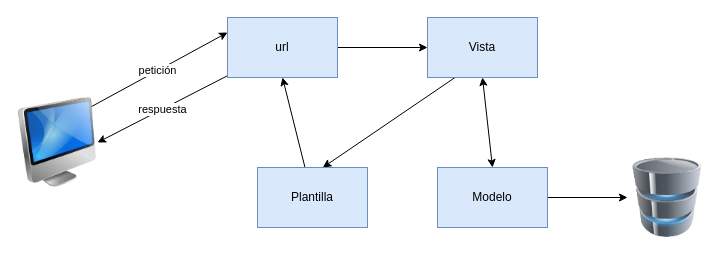
This is Untitled Diagram.drawio from Roger281/SistExpSiembra2020final, a draw.io file, before an edit. Source tidied: cells renumbered, new cells numbered last; positions are measured from the earlier drawing's top-left corner, leaving out a move shared by most shapes. Both pictures are drawn from the tidied source at 100%, with x=0, y=0 at pixel (17, 17).
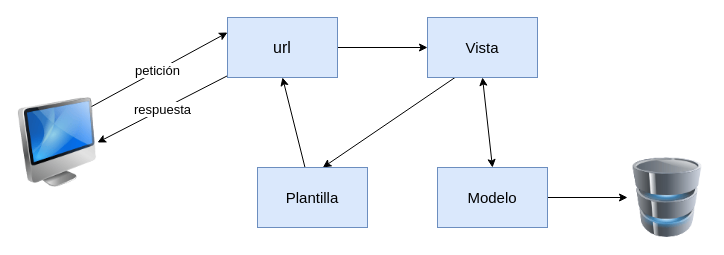
The same page after the edit.

What changed in the source:
```diff
@@
 <mxGraphModel>
   <root>
     <mxCell id="0" />
     <mxCell id="1" parent="0" />
-    <mxCell id="2" value="petición" style="rounded=0;jettySize=auto;html=1;exitX=0.875;exitY=0.125;exitDx=0;exitDy=0;entryX=0;entryY=0.25;entryDx=0;entryDy=0;exitPerimeter=0;" parent="1" edge="1" source="3" target="7">
+    <mxCell id="2" value="petición" style="rounded=0;jettySize=auto;html=1;exitX=0.875;exitY=0.125;exitDx=0;exitDy=0;entryX=0;entryY=0.25;entryDx=0;entryDy=0;exitPerimeter=0;fontSize=13;" parent="1" edge="1" source="3" target="7">
       <mxGeometry relative="1" as="geometry" />
     </mxCell>
     <mxCell id="3" style="image;html=1;image=img/lib/clip_art/computers/iMac_128x128.png;" parent="1" vertex="1">
       <mxGeometry y="80" width="80" height="90" as="geometry" />
     </mxCell>
     <mxCell id="4" style="image;html=1;image=img/lib/clip_art/computers/Database_128x128.png;" parent="1" vertex="1">
       <mxGeometry x="610" y="140" width="80" height="80" as="geometry" />
     </mxCell>
     <mxCell id="5" style="edgeStyle=none;rounded=0;jettySize=auto;html=1;" parent="1" edge="1" source="7">
       <mxGeometry relative="1" as="geometry">
         <mxPoint x="410" y="30" as="targetPoint" />
       </mxGeometry>
     </mxCell>
-    <mxCell id="6" value="respuesta" style="edgeStyle=none;rounded=0;jettySize=auto;html=1;entryX=1;entryY=0.5;entryDx=0;entryDy=0;" parent="1" edge="1" source="7" target="3">
+    <mxCell id="6" value="respuesta" style="edgeStyle=none;rounded=0;jettySize=auto;html=1;entryX=1;entryY=0.5;entryDx=0;entryDy=0;fontSize=13;" parent="1" edge="1" source="7" target="3">
       <mxGeometry relative="1" as="geometry" />
     </mxCell>
-    <mxCell id="7" value="url" style="rounded=0;whiteSpace=wrap;html=1;fillColor=#dae8fc;strokeColor=#6c8ebf;" parent="1" vertex="1">
+    <mxCell id="7" value="&lt;font style=&quot;font-size: 16px;&quot;&gt;url&lt;/font&gt;" style="rounded=0;whiteSpace=wrap;html=1;fillColor=#dae8fc;strokeColor=#6c8ebf;" parent="1" vertex="1">
       <mxGeometry x="210" width="110" height="60" as="geometry" />
     </mxCell>
     <mxCell id="8" style="edgeStyle=none;rounded=0;jettySize=auto;html=1;entryX=0.6;entryY=0.04;entryDx=0;entryDy=0;entryPerimeter=0;startArrow=none;" parent="1" edge="1" source="14">
       <mxGeometry relative="1" as="geometry">
         <mxPoint x="312" y="162" as="targetPoint" />
       </mxGeometry>
     </mxCell>
     <mxCell id="9" style="edgeStyle=none;rounded=0;jettySize=auto;html=1;entryX=0.594;entryY=0;entryDx=0;entryDy=0;entryPerimeter=0;exitX=0.25;exitY=1;exitDx=0;exitDy=0;" parent="1" edge="1" source="10" target="14">
       <mxGeometry relative="1" as="geometry" />
     </mxCell>
-    <mxCell id="10" value="Vista" style="rounded=0;whiteSpace=wrap;html=1;fillColor=#dae8fc;strokeColor=#6c8ebf;" parent="1" vertex="1">
+    <mxCell id="10" value="&lt;font style=&quot;font-size: 15px;&quot;&gt;Vista&lt;/font&gt;" style="rounded=0;whiteSpace=wrap;html=1;fillColor=#dae8fc;strokeColor=#6c8ebf;" parent="1" vertex="1">
       <mxGeometry x="410" width="110" height="60" as="geometry" />
     </mxCell>
     <mxCell id="11" style="edgeStyle=none;rounded=0;jettySize=auto;html=1;" parent="1" edge="1" source="12" target="4">
       <mxGeometry relative="1" as="geometry" />
     </mxCell>
-    <mxCell id="12" value="Modelo" style="rounded=0;whiteSpace=wrap;html=1;fillColor=#dae8fc;strokeColor=#6c8ebf;" parent="1" vertex="1">
+    <mxCell id="12" value="&lt;font style=&quot;font-size: 15px;&quot;&gt;Modelo&lt;/font&gt;" style="rounded=0;whiteSpace=wrap;html=1;fillColor=#dae8fc;strokeColor=#6c8ebf;" parent="1" vertex="1">
       <mxGeometry x="420" y="150" width="110" height="60" as="geometry" />
     </mxCell>
     <mxCell id="13" style="edgeStyle=none;rounded=0;jettySize=auto;html=1;entryX=0.5;entryY=1;entryDx=0;entryDy=0;" parent="1" edge="1" source="14" target="7">
       <mxGeometry relative="1" as="geometry" />
     </mxCell>
-    <mxCell id="14" value="Plantilla" style="rounded=0;whiteSpace=wrap;html=1;fillColor=#dae8fc;strokeColor=#6c8ebf;" parent="1" vertex="1">
+    <mxCell id="14" value="&lt;font style=&quot;font-size: 15px;&quot;&gt;Plantilla&lt;/font&gt;" style="rounded=0;whiteSpace=wrap;html=1;fillColor=#dae8fc;strokeColor=#6c8ebf;" parent="1" vertex="1">
       <mxGeometry x="240" y="150" width="110" height="60" as="geometry" />
     </mxCell>
     <mxCell id="15" style="endArrow=classic;startArrow=classic;html=1;rounded=0;exitX=0.5;exitY=0;exitDx=0;exitDy=0;entryX=0.5;entryY=1;entryDx=0;entryDy=0;" parent="1" edge="1" source="12" target="10">
       <mxGeometry relative="1" as="geometry" />
     </mxCell>
   </root>
 </mxGraphModel>
```
